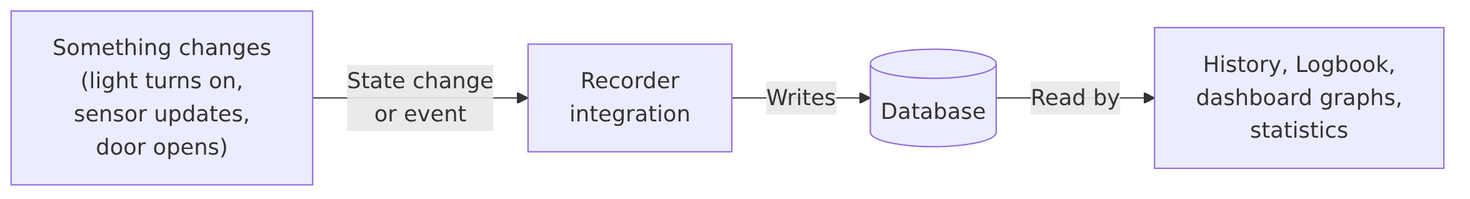
home-assistant/home-assistant.io keeps this Mermaid diagram as source/images/integrations/recorder/recorder-overview.png. Above is the earlier version. Its source is kept beside it as source/images/integrations/recorder/recorder-overview.mmd.
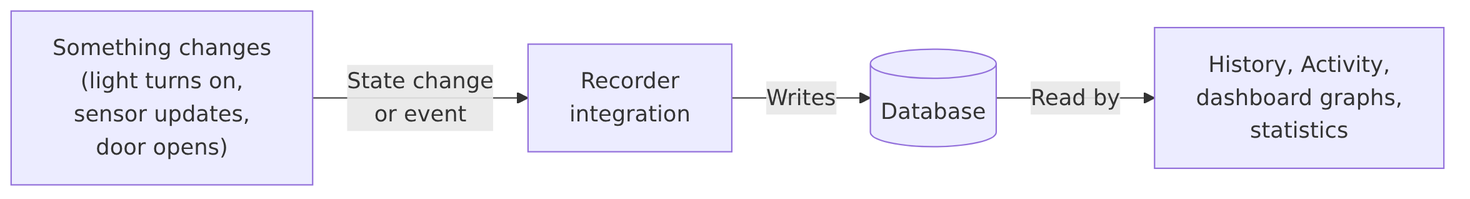
After the commit.

Commit message:
Update chart to use term activity instead of logbook

What changed in the source:
```diff
@@ -2,7 +2,7 @@
     CHANGE["Something changes<br/>(light turns on,<br/>sensor updates,<br/>door opens)"]
     REC["Recorder<br/>integration"]
     DB[("Database")]
-    CONSUMERS["History, Logbook,<br/>dashboard graphs,<br/>statistics"]
+    CONSUMERS["History, Activity,<br/>dashboard graphs,<br/>statistics"]
 
     CHANGE -->|"State change<br/>or event"| REC
     REC -->|"Writes"| DB
```
